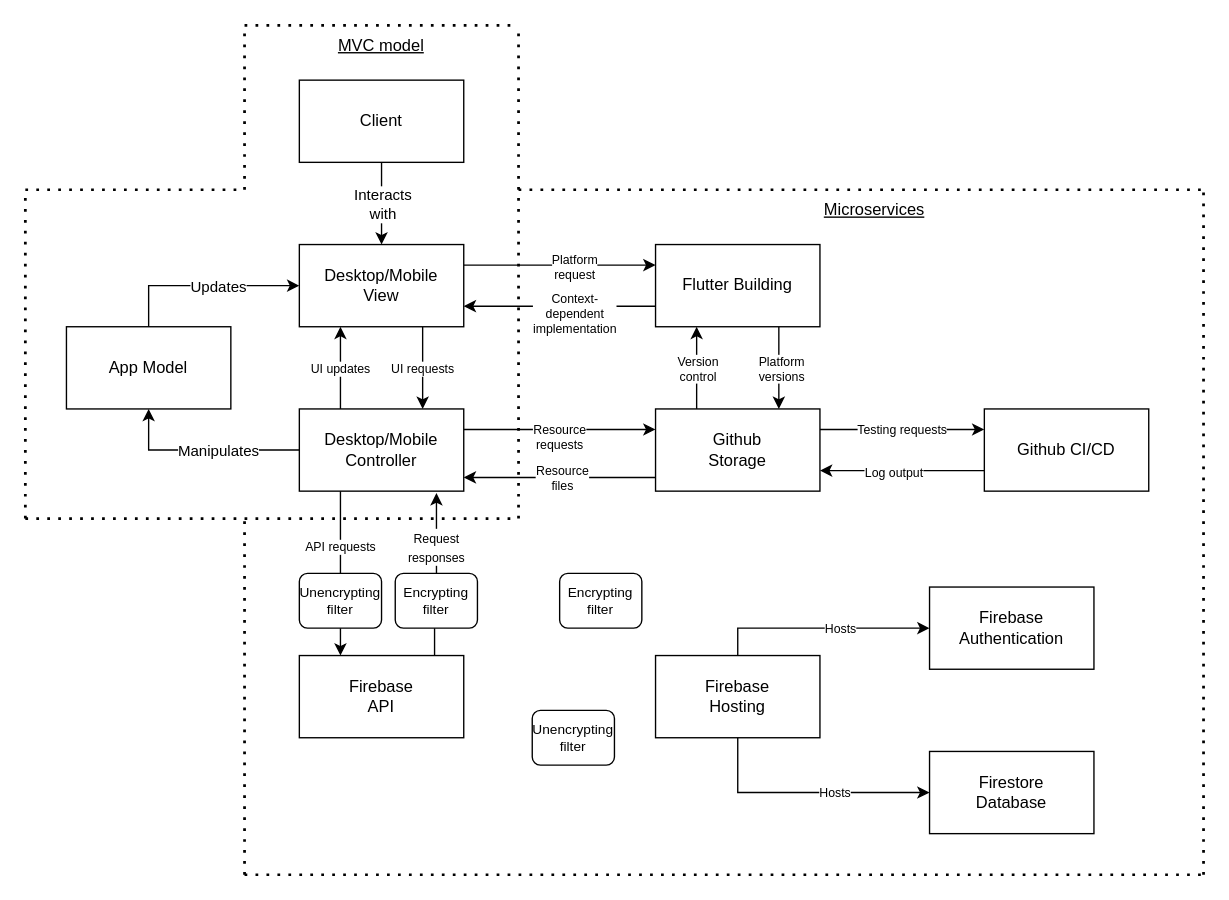
COS301-SE-2024/TailWaggr keeps this draw.io diagram as docs/architecture-diagrams/main-diagram.drawio. Above is the earlier version. Source tidied: cells renumbered, new cells numbered last; positions are measured from the earlier drawing's top-left corner, leaving out a move shared by most shapes. Both pictures are drawn from the tidied source at 137%, with x=0, y=0 at pixel (25, 25).
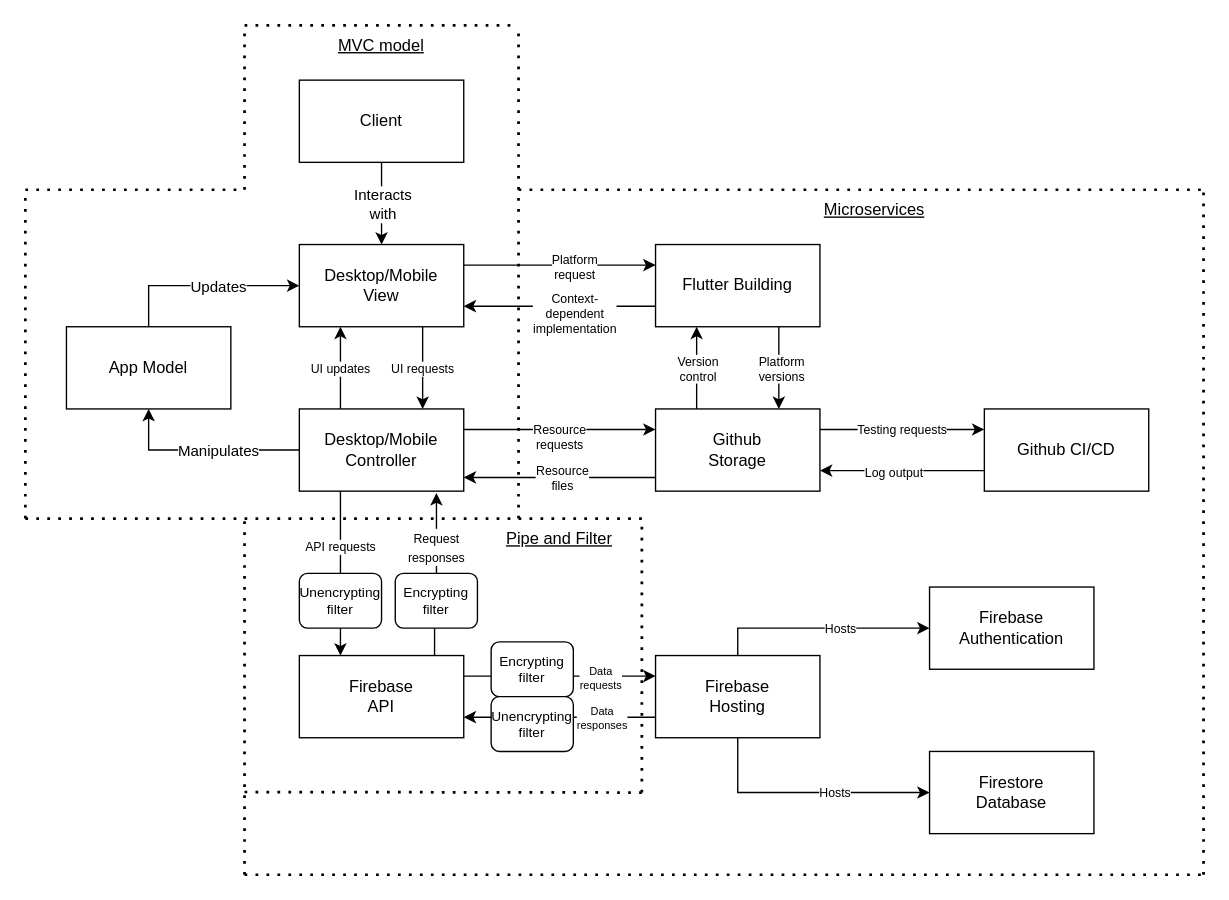
Above is the later version.

Unchanged cells that the change refers to:
```xml
<mxCell id="8" value="Firebase&lt;br&gt;Hosting" style="rounded=0;whiteSpace=wrap;html=1;" parent="1" vertex="1">
  <mxGeometry x="460" y="460" width="120" height="60" as="geometry" />
</mxCell>
<mxCell id="25" value="Firebase&lt;br&gt;API" style="rounded=0;whiteSpace=wrap;html=1;" parent="1" vertex="1">
  <mxGeometry x="200" y="460" width="120" height="60" as="geometry" />
</mxCell>
```

Diff of the diagram source:
```diff
@@
+    <mxCell id="63" style="edgeStyle=orthogonalEdgeStyle;rounded=0;jettySize=auto;html=1;exitX=0;exitY=0.75;exitDx=0;exitDy=0;entryX=1;entryY=0.75;entryDx=0;entryDy=0;" parent="1" edge="1" source="8" target="25">
+      <mxGeometry relative="1" as="geometry" />
+    </mxCell>
+    <mxCell id="64" value="Data&lt;br style=&quot;font-size: 8px;&quot;&gt;responses" style="edgeLabel;html=1;align=center;verticalAlign=middle;fontSize=8;" parent="63" vertex="1">
+      <mxGeometry x="-0.59" relative="1" as="geometry">
+        <mxPoint x="-11" as="offset" />
+      </mxGeometry>
+    </mxCell>
@@
+    <mxCell id="65" style="edgeStyle=orthogonalEdgeStyle;rounded=0;jettySize=auto;html=1;exitX=1;exitY=0.25;exitDx=0;exitDy=0;entryX=0;entryY=0.25;entryDx=0;entryDy=0;" parent="1" edge="1" source="25" target="8">
+      <mxGeometry relative="1" as="geometry" />
+    </mxCell>
+    <mxCell id="66" value="Data&lt;br style=&quot;font-size: 8px;&quot;&gt;requests" style="edgeLabel;html=1;align=center;verticalAlign=middle;fontSize=8;" parent="65" vertex="1">
+      <mxGeometry x="0.56" relative="1" as="geometry">
+        <mxPoint x="-10" y="1" as="offset" />
+      </mxGeometry>
+    </mxCell>
@@
     <mxCell id="49" style="endArrow=none;dashed=1;html=1;dashPattern=1 3;strokeWidth=2;rounded=0;" parent="1" edge="1">
       <mxGeometry relative="1" as="geometry">
         <mxPoint y="360" as="sourcePoint" />
-        <mxPoint x="360" y="360" as="targetPoint" />
+        <mxPoint x="450" y="360" as="targetPoint" />
       </mxGeometry>
     </mxCell>
@@
     <mxCell id="61" value="Encrypting filter" style="rounded=1;whiteSpace=wrap;html=1;fontSize=10;" parent="1" vertex="1">
-      <mxGeometry x="390" y="400" width="60" height="40" as="geometry" />
+      <mxGeometry x="340" y="450" width="60" height="40" as="geometry" />
     </mxCell>
     <mxCell id="62" value="Unencrypting filter" style="rounded=1;whiteSpace=wrap;html=1;fontSize=10;" parent="1" vertex="1">
-      <mxGeometry x="370" y="500" width="60" height="40" as="geometry" />
+      <mxGeometry x="340" y="490" width="60" height="40" as="geometry" />
     </mxCell>
+    <mxCell id="67" style="endArrow=none;dashed=1;html=1;dashPattern=1 3;strokeWidth=2;rounded=0;" parent="1" edge="1">
+      <mxGeometry relative="1" as="geometry">
+        <mxPoint x="160" y="559.6" as="sourcePoint" />
+        <mxPoint x="450" y="560" as="targetPoint" />
+      </mxGeometry>
+    </mxCell>
+    <mxCell id="68" style="endArrow=none;dashed=1;html=1;dashPattern=1 3;strokeWidth=2;rounded=0;" parent="1" edge="1">
+      <mxGeometry relative="1" as="geometry">
+        <mxPoint x="450" y="560" as="sourcePoint" />
+        <mxPoint x="450" y="360" as="targetPoint" />
+      </mxGeometry>
+    </mxCell>
+    <mxCell id="69" value="Pipe and Filter" style="text;html=1;align=center;verticalAlign=middle;whiteSpace=wrap;rounded=0;fontStyle=4;" parent="1" vertex="1">
+      <mxGeometry x="330" y="360" width="120" height="30" as="geometry" />
+    </mxCell>
```
